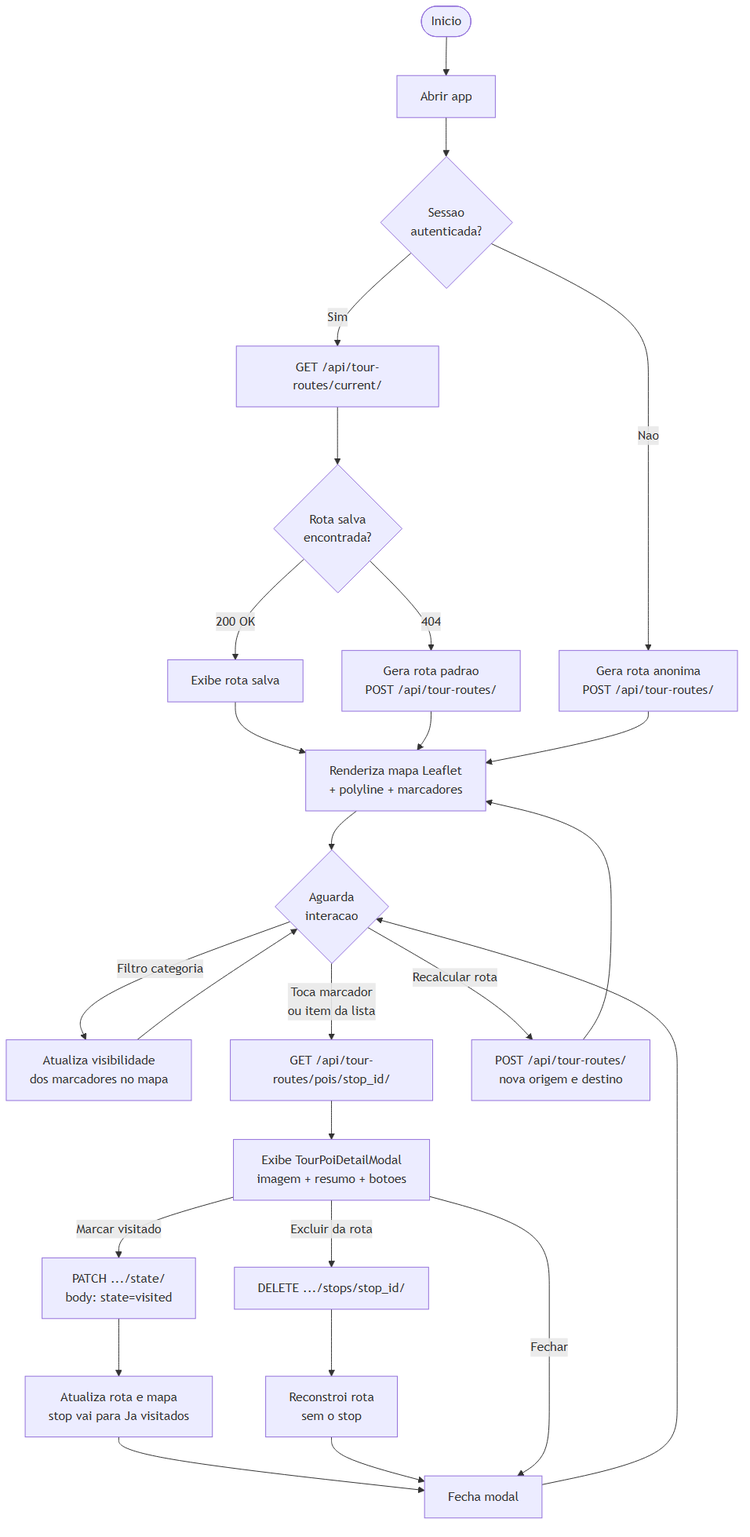
Before: paper/figuras/atividade-explorar.png, a diagram exported from Mermaid (Portugol-Devoteers/explora-plus-docs). Its source is kept beside it as diagramas/mermaid/atividade-explorar.mmd. Its diagram source:
```mermaid
flowchart TD
    Start([Inicio]) --> OpenApp[Abrir app]
    OpenApp --> AuthCheck{Sessao\nautenticada?}

    AuthCheck -->|Sim| TryCurrentRoute[GET /api/tour-routes/current/]
    TryCurrentRoute --> RoutFound{Rota salva\nencontrada?}
    RoutFound -->|200 OK| ShowRoute[Exibe rota salva]
    RoutFound -->|404| GenDefault[Gera rota padrao\nPOST /api/tour-routes/]

    AuthCheck -->|Nao| GenAnon[Gera rota anonima\nPOST /api/tour-routes/]

    ShowRoute --> RenderMap
    GenDefault --> RenderMap
    GenAnon --> RenderMap[Renderiza mapa Leaflet\n+ polyline + marcadores]

    RenderMap --> Idle{Aguarda\ninteracao}

    Idle -->|Filtro categoria| Filter[Atualiza visibilidade\ndos marcadores no mapa]
    Filter --> Idle

    Idle -->|Toca marcador\nou item da lista| OpenDetail[GET /api/tour-routes/pois/stop_id/]
    OpenDetail --> Modal[Exibe TourPoiDetailModal\nimagem + resumo + botoes]

    Modal -->|Marcar visitado| PatchVisited[PATCH .../state/\nbody: state=visited]
    PatchVisited --> UpdateRoute[Atualiza rota e mapa\nstop vai para Ja visitados]
    UpdateRoute --> CloseModal

    Modal -->|Excluir da rota| DeleteStop[DELETE .../stops/stop_id/]
    DeleteStop --> RebuildRoute[Reconstroi rota\nsem o stop]
    RebuildRoute --> CloseModal

    Modal -->|Fechar| CloseModal[Fecha modal]
    CloseModal --> Idle

    Idle -->|Recalcular rota| NewRoute[POST /api/tour-routes/\nnova origem e destino]
    NewRoute --> RenderMap
```
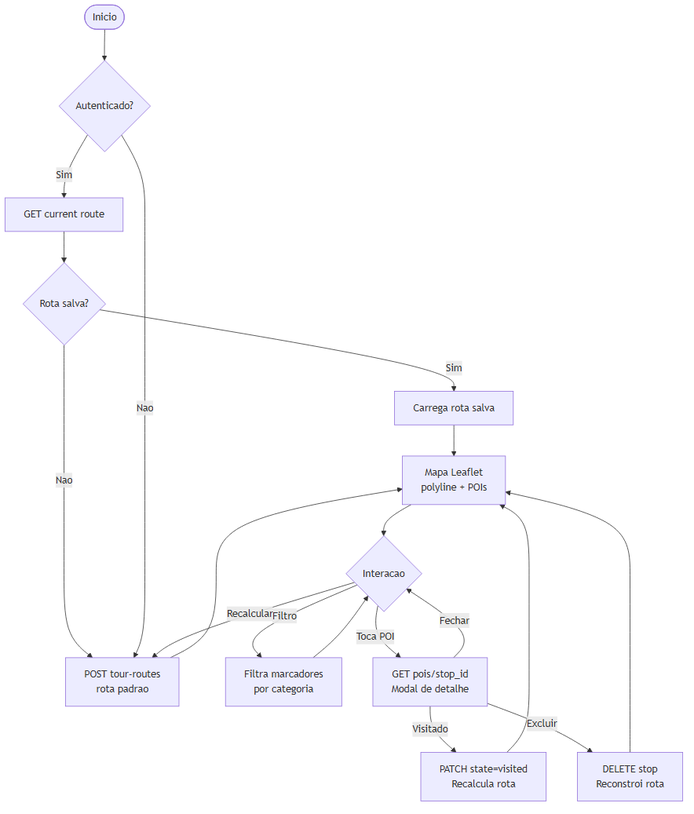
After the commit.

Commit message:
docs(paper): fix capa, diagrama de atividade e pagina em branco

Diff of the diagram source:
```diff
@@ -1,36 +1,29 @@
 flowchart TD
-    Start([Inicio]) --> OpenApp[Abrir app]
-    OpenApp --> AuthCheck{Sessao\nautenticada?}
+    Start([Inicio]) --> AuthCheck{Autenticado?}
 
-    AuthCheck -->|Sim| TryCurrentRoute[GET /api/tour-routes/current/]
-    TryCurrentRoute --> RoutFound{Rota salva\nencontrada?}
-    RoutFound -->|200 OK| ShowRoute[Exibe rota salva]
-    RoutFound -->|404| GenDefault[Gera rota padrao\nPOST /api/tour-routes/]
+    AuthCheck -->|Sim| TryCurrent[GET current route]
+    TryCurrent --> Found{Rota salva?}
+    Found -->|Sim| ShowRoute[Carrega rota salva]
+    Found -->|Nao| GenRoute[POST tour-routes\nrota padrao]
 
-    AuthCheck -->|Nao| GenAnon[Gera rota anonima\nPOST /api/tour-routes/]
+    AuthCheck -->|Nao| GenRoute
 
-    ShowRoute --> RenderMap
-    GenDefault --> RenderMap
-    GenAnon --> RenderMap[Renderiza mapa Leaflet\n+ polyline + marcadores]
+    ShowRoute --> Map[Mapa Leaflet\npolyline + POIs]
+    GenRoute --> Map
 
-    RenderMap --> Idle{Aguarda\ninteracao}
+    Map --> Idle{Interacao}
 
-    Idle -->|Filtro categoria| Filter[Atualiza visibilidade\ndos marcadores no mapa]
+    Idle -->|Filtro| Filter[Filtra marcadores\npor categoria]
     Filter --> Idle
 
-    Idle -->|Toca marcador\nou item da lista| OpenDetail[GET /api/tour-routes/pois/stop_id/]
-    OpenDetail --> Modal[Exibe TourPoiDetailModal\nimagem + resumo + botoes]
+    Idle -->|Toca POI| Detail[GET pois/stop_id\nModal de detalhe]
 
-    Modal -->|Marcar visitado| PatchVisited[PATCH .../state/\nbody: state=visited]
-    PatchVisited --> UpdateRoute[Atualiza rota e mapa\nstop vai para Ja visitados]
-    UpdateRoute --> CloseModal
+    Detail -->|Visitado| Patch[PATCH state=visited\nRecalcula rota]
+    Patch --> Map
 
-    Modal -->|Excluir da rota| DeleteStop[DELETE .../stops/stop_id/]
-    DeleteStop --> RebuildRoute[Reconstroi rota\nsem o stop]
-    RebuildRoute --> CloseModal
+    Detail -->|Excluir| Delete[DELETE stop\nReconstroi rota]
+    Delete --> Map
 
-    Modal -->|Fechar| CloseModal[Fecha modal]
-    CloseModal --> Idle
+    Detail -->|Fechar| Idle
 
-    Idle -->|Recalcular rota| NewRoute[POST /api/tour-routes/\nnova origem e destino]
-    NewRoute --> RenderMap
+    Idle -->|Recalcular| GenRoute
```
